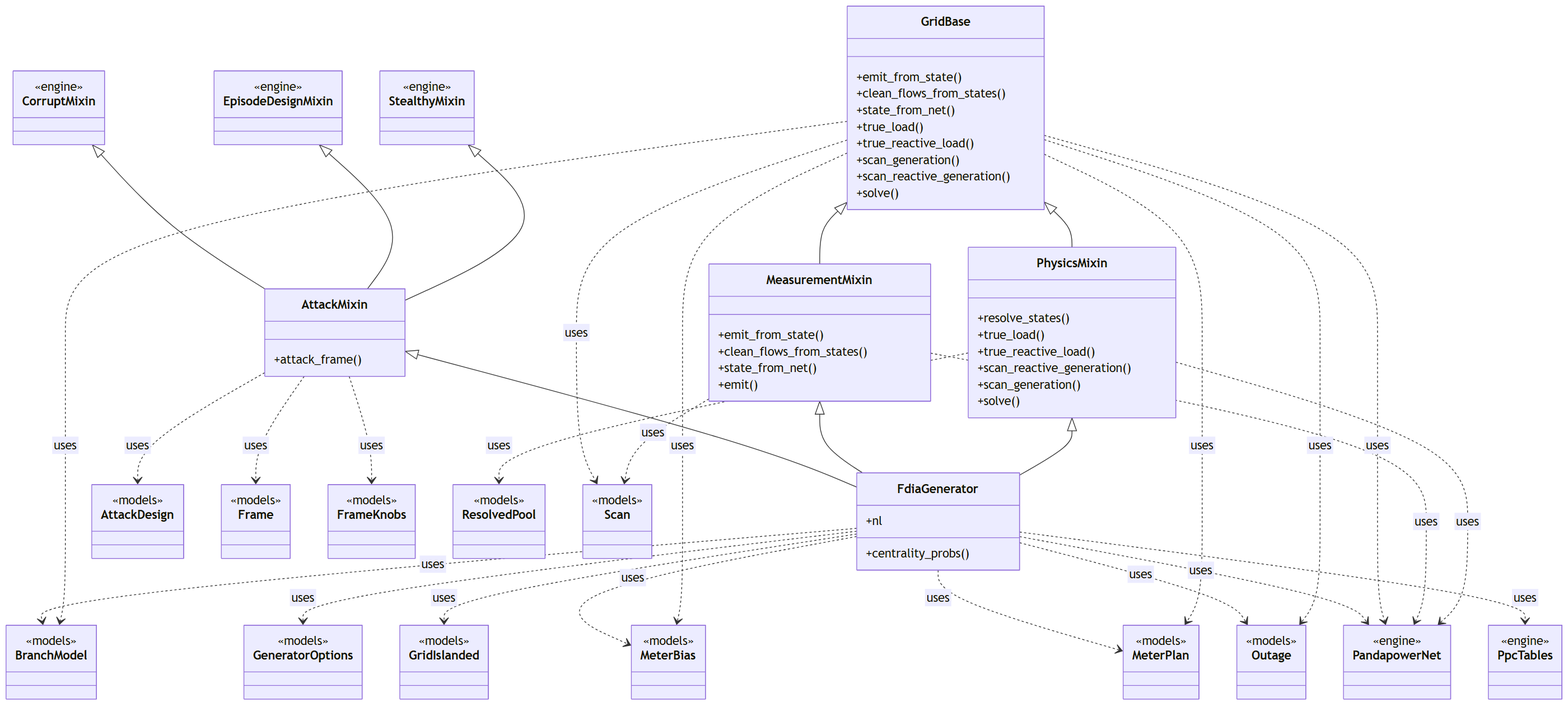
Above: docs/figures/diagrams/classes_engine.png in myersben9/fdia-graph (Mermaid), before the change. Its source is kept beside it as docs/figures/diagrams/classes_engine.mmd.
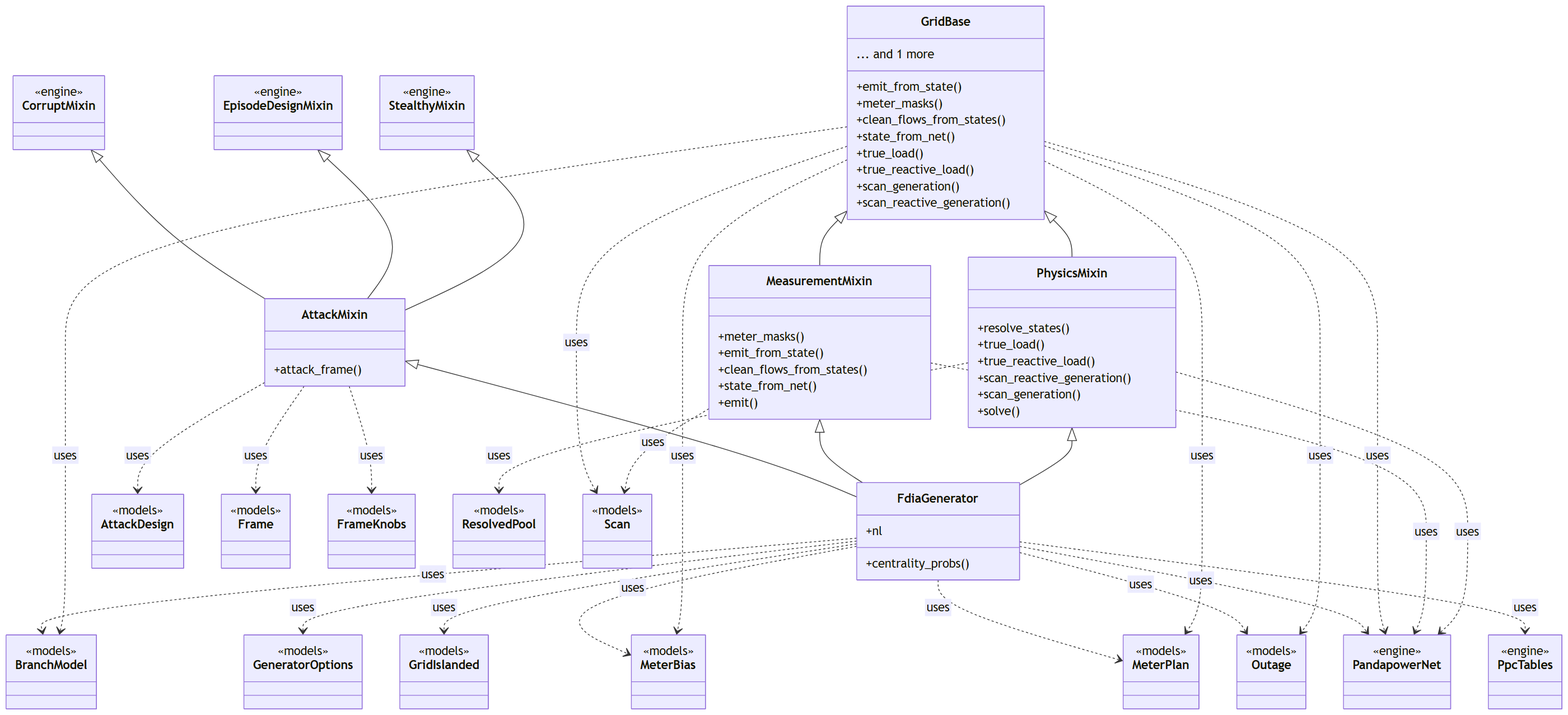
After the commit.

What changed in the source:
```diff
@@ -1,15 +1,17 @@
 classDiagram
     class GridBase {
         +emit_from_state()
+        +meter_masks()
         +clean_flows_from_states()
         +state_from_net()
         +true_load()
         +true_reactive_load()
         +scan_generation()
         +scan_reactive_generation()
-        +solve()
+        ... and 1 more
     }
     class MeasurementMixin {
+        +meter_masks()
         +emit_from_state()
         +clean_flows_from_states()
         +state_from_net()
```
